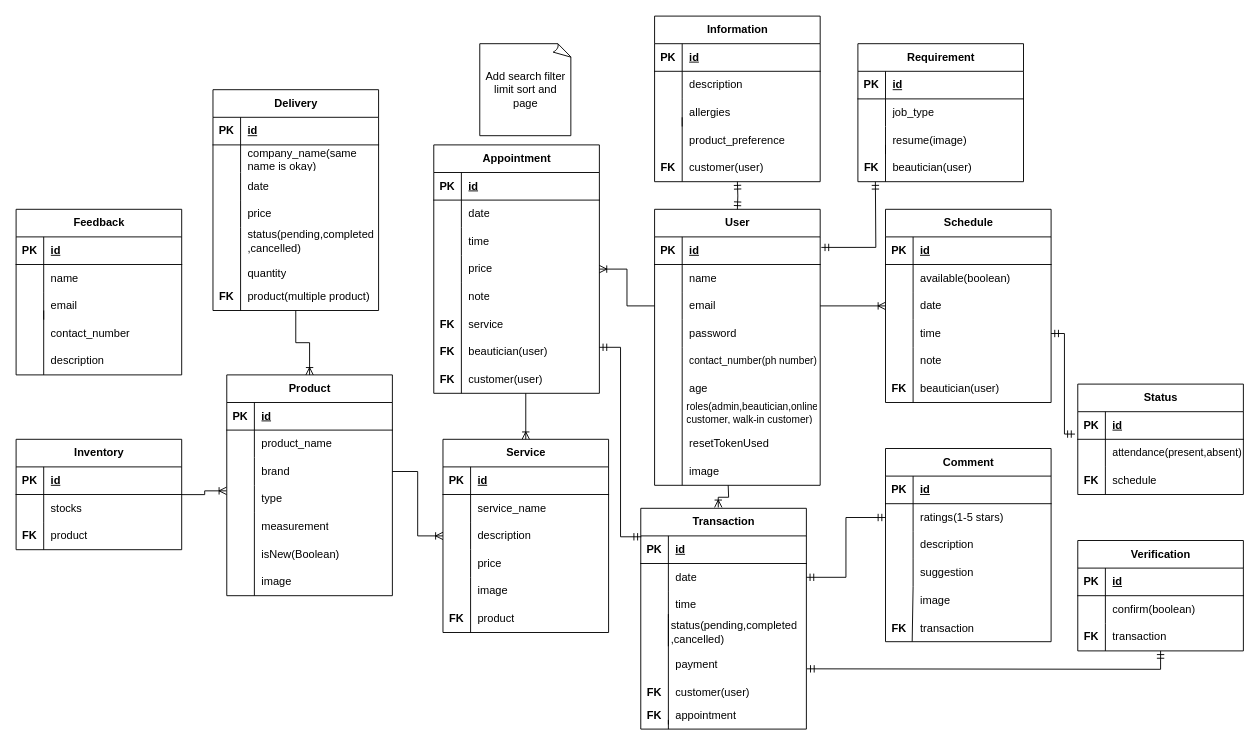
Earlier version of the draw.io diagram erd/Salon-Erd.drawio (GabTheGreat25/Salon-Api). Source tidied: cells renumbered, new cells numbered last; positions are measured from the earlier drawing's top-left corner, leaving out a move shared by most shapes. Both pictures are drawn from the tidied source at 92%, with x=0, y=0 at pixel (16, 16).
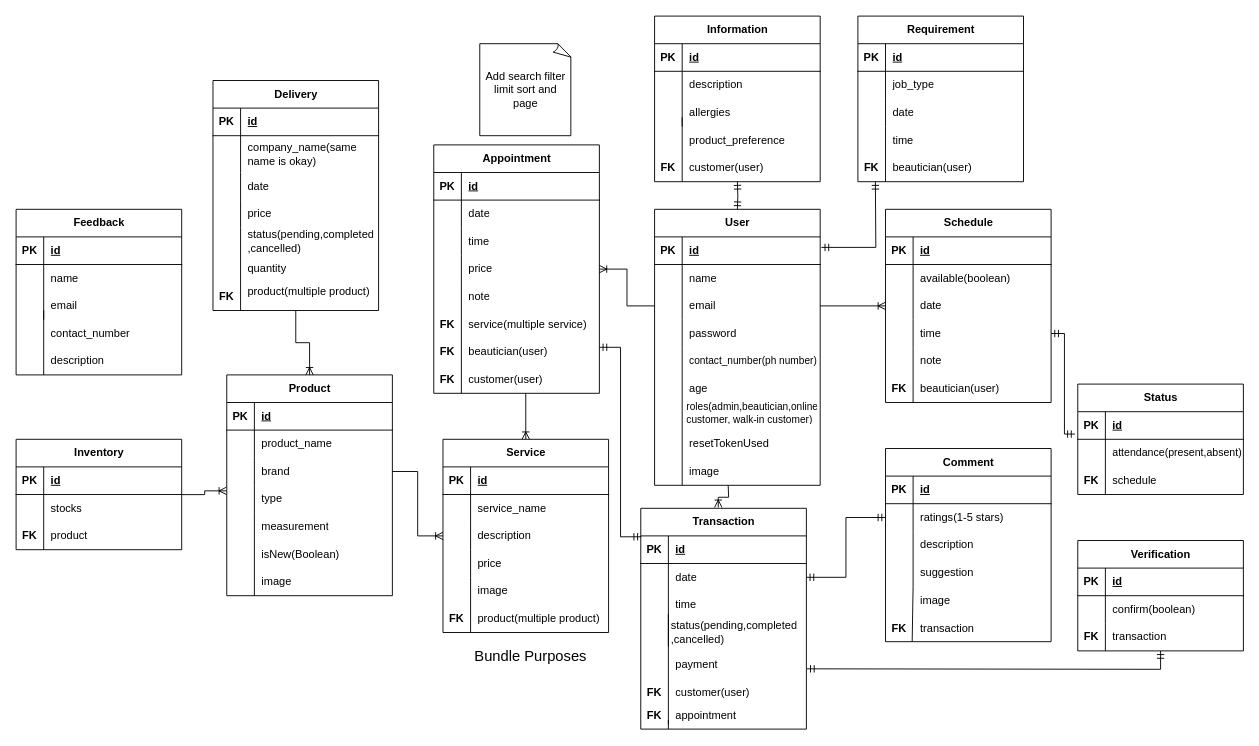
The same page after the edit.

Change to the diagram source:
```diff
@@
-    <mxCell id="32" value="service" style="shape=partialRectangle;fillColor=none;top=0;left=0;bottom=0;right=0;align=left;spacingLeft=6;overflow=hidden;whiteSpace=wrap;html=1;" parent="1" vertex="1">
+    <mxCell id="32" value="service(multiple service)" style="shape=partialRectangle;fillColor=none;top=0;left=0;bottom=0;right=0;align=left;spacingLeft=6;overflow=hidden;whiteSpace=wrap;html=1;" parent="1" vertex="1">
       <mxGeometry x="484" y="320" width="150" height="30" as="geometry" />
     </mxCell>
@@
-    <mxCell id="124" value="product" style="shape=partialRectangle;fillColor=none;top=0;left=0;bottom=0;right=0;align=left;spacingLeft=6;overflow=hidden;whiteSpace=wrap;html=1;" parent="1" vertex="1">
+    <mxCell id="124" value="product(multiple product)" style="shape=partialRectangle;fillColor=none;top=0;left=0;bottom=0;right=0;align=left;spacingLeft=6;overflow=hidden;whiteSpace=wrap;html=1;" parent="1" vertex="1">
       <mxGeometry x="494" y="640" width="150" height="30" as="geometry" />
     </mxCell>
@@
     <mxCell id="126" value="Delivery" style="shape=table;startSize=30;childLayout=tableLayout;rowLines=0;fontStyle=1;align=center;html=1;" parent="1" vertex="1">
-      <mxGeometry x="214" y="80" width="180" height="240" as="geometry" />
+      <mxGeometry x="214" y="70" width="180" height="250" as="geometry" />
     </mxCell>
@@
     <mxCell id="130" style="shape=tableRow;horizontal=0;startSize=0;swimlaneHead=0;swimlaneBody=0;fillColor=none;top=0;left=0;right=0;bottom=0;" parent="126" vertex="1">
-      <mxGeometry y="60" width="180" height="30" as="geometry" />
+      <mxGeometry y="60" width="180" height="40" as="geometry" />
     </mxCell>
     <mxCell id="131" style="shape=partialRectangle;fillColor=none;top=0;left=0;bottom=0;right=0;overflow=hidden;whiteSpace=wrap;html=1;" parent="130" vertex="1">
-      <mxGeometry width="30" height="30" as="geometry" />
+      <mxGeometry width="30" height="40" as="geometry" />
     </mxCell>
     <mxCell id="132" value="&lt;font style=&quot;font-size: 12px;&quot;&gt;company_name(same name is okay)&lt;/font&gt;" style="shape=partialRectangle;fillColor=none;top=0;left=0;bottom=0;right=0;align=left;spacingLeft=6;overflow=hidden;whiteSpace=wrap;html=1;" parent="130" vertex="1">
-      <mxGeometry x="30" width="150" height="30" as="geometry" />
+      <mxGeometry x="30" width="150" height="40" as="geometry" />
     </mxCell>
     <mxCell id="133" style="shape=tableRow;horizontal=0;startSize=0;swimlaneHead=0;swimlaneBody=0;fillColor=none;top=0;left=0;right=0;bottom=0;" parent="126" vertex="1">
-      <mxGeometry y="90" width="180" height="30" as="geometry" />
+      <mxGeometry y="100" width="180" height="30" as="geometry" />
     </mxCell>
@@
     <mxCell id="136" style="shape=tableRow;horizontal=0;startSize=0;swimlaneHead=0;swimlaneBody=0;fillColor=none;top=0;left=0;right=0;bottom=0;" parent="126" vertex="1">
-      <mxGeometry y="120" width="180" height="30" as="geometry" />
+      <mxGeometry y="130" width="180" height="30" as="geometry" />
     </mxCell>
@@
     <mxCell id="141" value="quantity" style="shape=partialRectangle;fillColor=none;top=0;left=0;bottom=0;right=0;align=left;spacingLeft=6;overflow=hidden;whiteSpace=wrap;html=1;" parent="1" vertex="1">
-      <mxGeometry x="244" y="265" width="150" height="30" as="geometry" />
+      <mxGeometry x="244" y="260" width="150" height="30" as="geometry" />
     </mxCell>
     <mxCell id="142" value="product(multiple product)" style="shape=partialRectangle;fillColor=none;top=0;left=0;bottom=0;right=0;align=left;spacingLeft=6;overflow=hidden;whiteSpace=wrap;html=1;" parent="1" vertex="1">
-      <mxGeometry x="244" y="290" width="150" height="30" as="geometry" />
+      <mxGeometry x="244" y="285" width="150" height="30" as="geometry" />
     </mxCell>
@@
     <mxCell id="177" value="Requirement" style="shape=table;startSize=30;childLayout=tableLayout;rowLines=0;fontStyle=1;align=center;html=1;" parent="1" vertex="1">
-      <mxGeometry x="915" y="30" width="180" height="150" as="geometry" />
+      <mxGeometry x="915" width="180" height="180" as="geometry" />
     </mxCell>
@@
     <mxCell id="192" style="endArrow=none;html=1;rounded=0;" parent="1" edge="1">
       <mxGeometry relative="1" as="geometry">
-        <mxPoint x="945" y="140" as="sourcePoint" />
+        <mxPoint x="945" y="120" as="sourcePoint" />
         <mxPoint x="945" y="180" as="targetPoint" />
       </mxGeometry>
     </mxCell>
-    <mxCell id="193" value="&lt;span style=&quot;border-color: var(--border-color);&quot;&gt;resume(image)&lt;/span&gt;" style="shape=partialRectangle;fillColor=none;top=0;left=0;bottom=0;right=0;align=left;spacingLeft=6;overflow=hidden;whiteSpace=wrap;html=1;" parent="1" vertex="1">
-      <mxGeometry x="945" y="120" width="150" height="30" as="geometry" />
+    <mxCell id="193" value="date" style="shape=partialRectangle;fillColor=none;top=0;left=0;bottom=0;right=0;align=left;spacingLeft=6;overflow=hidden;whiteSpace=wrap;html=1;" parent="1" vertex="1">
+      <mxGeometry x="945" y="90" width="131" height="30" as="geometry" />
     </mxCell>
@@
+    <mxCell id="242" value="time" style="shape=partialRectangle;fillColor=none;top=0;left=0;bottom=0;right=0;align=left;spacingLeft=6;overflow=hidden;whiteSpace=wrap;html=1;" parent="1" vertex="1">
+      <mxGeometry x="945" y="120" width="131" height="30" as="geometry" />
+    </mxCell>
+    <mxCell id="243" value="&lt;font style=&quot;font-size: 16px;&quot;&gt;Bundle Purposes&lt;/font&gt;" style="text;html=1;strokeColor=none;fillColor=none;align=center;verticalAlign=middle;whiteSpace=wrap;rounded=0;" parent="1" vertex="1">
+      <mxGeometry x="496.5" y="680" width="125" height="30" as="geometry" />
+    </mxCell>
```
